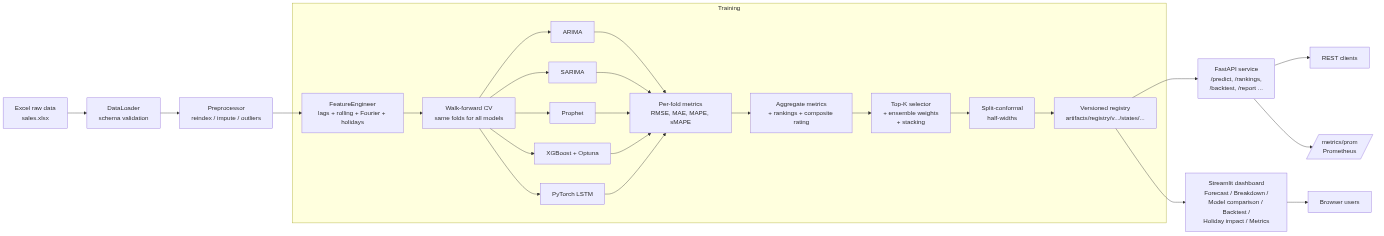
This is docs/figures/mermaid/diagram_1.png from Nikkclaws/sales-forecasting-system, a Mermaid export, as it was before one commit. Its source is kept beside it as docs/figures/mermaid/diagram_1.mmd. The source it was exported from:
```mermaid
flowchart LR
    A[Excel raw data\nsales.xlsx] --> B[DataLoader\nschema validation]
    B --> C[Preprocessor\nreindex / impute / outliers]
    C --> D[FeatureEngineer\nlags + rolling + Fourier + holidays]

    subgraph Training
        D --> E[Walk-forward CV\nsame folds for all models]
        E --> F1[ARIMA]
        E --> F2[SARIMA]
        E --> F3[Prophet]
        E --> F4[XGBoost + Optuna]
        E --> F5[PyTorch LSTM]
        F1 & F2 & F3 & F4 & F5 --> G[Per-fold metrics\nRMSE, MAE, MAPE, sMAPE]
        G --> H[Aggregate metrics\n+ rankings + composite rating]
        H --> I[Top-K selector\n+ ensemble weights\n+ stacking]
        I --> J[Split-conformal\nhalf-widths]
        J --> K[Versioned registry\nartifacts/registry/v.../states/...]
    end

    K --> L[FastAPI service\n/predict, /rankings,\n/backtest, /report ...]
    K --> M[Streamlit dashboard\nForecast / Breakdown /\nModel comparison / Backtest /\nHoliday impact / Metrics]

    L --> N[REST clients]
    M --> O[Browser users]
    L --> P[/metrics/prom\nPrometheus/]
```
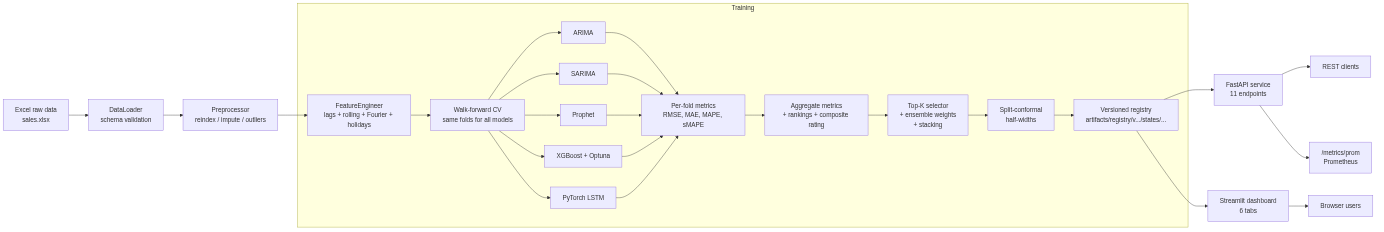
The same file after the commit.

What changed in the source:
```diff
@@ -1,25 +1,25 @@
 flowchart LR
-    A[Excel raw data\nsales.xlsx] --> B[DataLoader\nschema validation]
-    B --> C[Preprocessor\nreindex / impute / outliers]
-    C --> D[FeatureEngineer\nlags + rolling + Fourier + holidays]
+    A["Excel raw data\nsales.xlsx"] --> B["DataLoader\nschema validation"]
+    B --> C["Preprocessor\nreindex / impute / outliers"]
+    C --> D["FeatureEngineer\nlags + rolling + Fourier + holidays"]
 
     subgraph Training
-        D --> E[Walk-forward CV\nsame folds for all models]
-        E --> F1[ARIMA]
-        E --> F2[SARIMA]
-        E --> F3[Prophet]
-        E --> F4[XGBoost + Optuna]
-        E --> F5[PyTorch LSTM]
-        F1 & F2 & F3 & F4 & F5 --> G[Per-fold metrics\nRMSE, MAE, MAPE, sMAPE]
-        G --> H[Aggregate metrics\n+ rankings + composite rating]
-        H --> I[Top-K selector\n+ ensemble weights\n+ stacking]
-        I --> J[Split-conformal\nhalf-widths]
-        J --> K[Versioned registry\nartifacts/registry/v.../states/...]
+        D --> E["Walk-forward CV\nsame folds for all models"]
+        E --> F1["ARIMA"]
+        E --> F2["SARIMA"]
+        E --> F3["Prophet"]
+        E --> F4["XGBoost + Optuna"]
+        E --> F5["PyTorch LSTM"]
+        F1 & F2 & F3 & F4 & F5 --> G["Per-fold metrics\nRMSE, MAE, MAPE, sMAPE"]
+        G --> H["Aggregate metrics\n+ rankings + composite rating"]
+        H --> I["Top-K selector\n+ ensemble weights\n+ stacking"]
+        I --> J["Split-conformal\nhalf-widths"]
+        J --> K["Versioned registry\nartifacts/registry/v.../states/..."]
     end
 
-    K --> L[FastAPI service\n/predict, /rankings,\n/backtest, /report ...]
-    K --> M[Streamlit dashboard\nForecast / Breakdown /\nModel comparison / Backtest /\nHoliday impact / Metrics]
+    K --> L["FastAPI service\n11 endpoints"]
+    K --> M["Streamlit dashboard\n6 tabs"]
 
-    L --> N[REST clients]
-    M --> O[Browser users]
-    L --> P[/metrics/prom\nPrometheus/]
+    L --> N["REST clients"]
+    M --> O["Browser users"]
+    L --> P["/metrics/prom\nPrometheus"]
```
